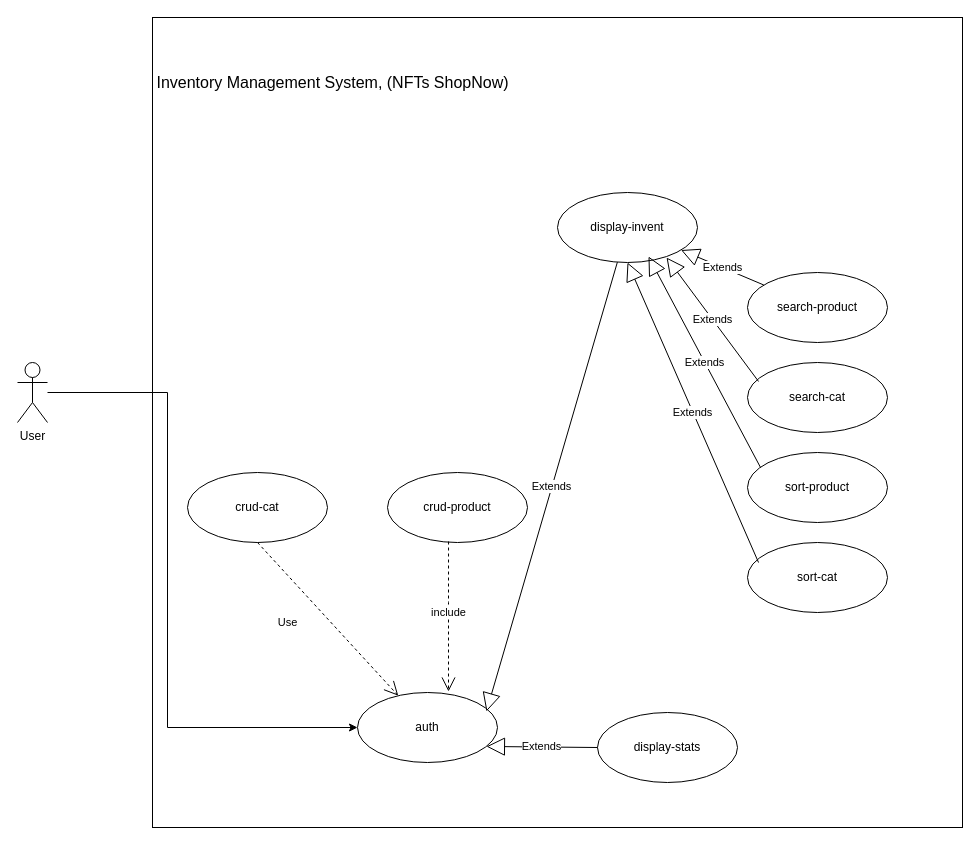
The draw.io diagram usecasediagram.drawio in YouCodeSchool/ShopNow, before the edit. Source tidied: cells renumbered, new cells numbered last; positions are measured from the earlier drawing's top-left corner, leaving out a move shared by most shapes. Both pictures are drawn from the tidied source at 100%, with x=0, y=0 at pixel (17, 17).
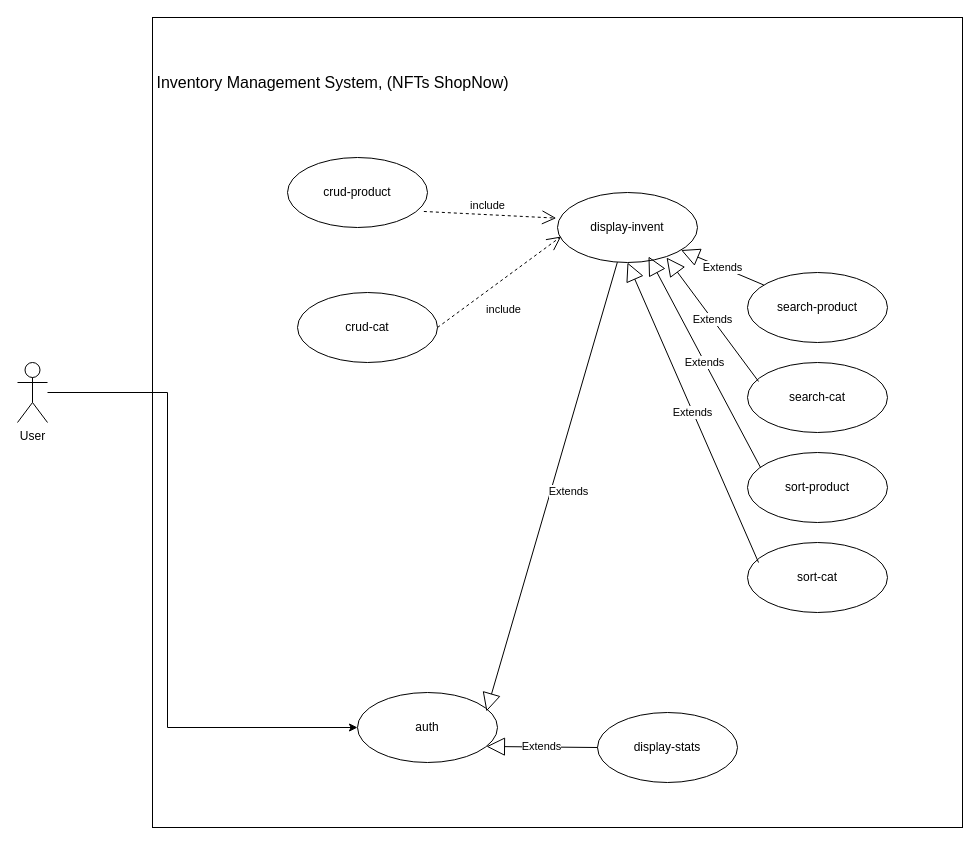
Above is the later version.

Unchanged cells that the change refers to:
```xml
<mxCell id="7" value="auth" style="ellipse;whiteSpace=wrap;html=1;" parent="1" vertex="1">
  <mxGeometry x="340" y="675" width="140" height="70" as="geometry" />
</mxCell>
<mxCell id="13" value="display-invent" style="ellipse;whiteSpace=wrap;html=1;" parent="1" vertex="1">
  <mxGeometry x="540" y="175" width="140" height="70" as="geometry" />
</mxCell>
```

Change to the diagram source:
```diff
@@
     <mxCell id="6" value="crud-product" style="ellipse;whiteSpace=wrap;html=1;" parent="1" vertex="1">
-      <mxGeometry x="370" y="455" width="140" height="70" as="geometry" />
+      <mxGeometry x="270" y="140" width="140" height="70" as="geometry" />
     </mxCell>
@@
     <mxCell id="10" value="crud-cat" style="ellipse;whiteSpace=wrap;html=1;" parent="1" vertex="1">
-      <mxGeometry x="170" y="455" width="140" height="70" as="geometry" />
+      <mxGeometry x="280" y="275" width="140" height="70" as="geometry" />
     </mxCell>
@@
-    <mxCell id="18" value="include" style="endArrow=open;endSize=12;dashed=1;html=1;rounded=0;exitX=0.436;exitY=0.986;exitDx=0;exitDy=0;exitPerimeter=0;entryX=0.65;entryY=-0.014;entryDx=0;entryDy=0;entryPerimeter=0;" parent="1" edge="1" source="6" target="7">
-      <mxGeometry x="-0.05" relative="1" as="geometry">
-        <Array as="points">
-          <mxPoint x="431" y="585" />
-        </Array>
-      </mxGeometry>
+    <mxCell id="18" value="include" style="endArrow=open;endSize=12;dashed=1;html=1;rounded=0;exitX=0.974;exitY=0.771;exitDx=0;exitDy=0;exitPerimeter=0;entryX=-0.009;entryY=0.366;entryDx=0;entryDy=0;entryPerimeter=0;" parent="1" edge="1" source="6" target="13">
+      <mxGeometry x="-0.05" y="9" relative="1" as="geometry" />
     </mxCell>
-    <mxCell id="19" value="Use" style="endArrow=open;endSize=12;dashed=1;html=1;rounded=0;exitX=0.5;exitY=1;exitDx=0;exitDy=0;" parent="1" edge="1" source="10" target="7">
-      <mxGeometry x="-0.24" y="-32" relative="1" as="geometry" />
+    <mxCell id="19" value="include" style="endArrow=open;endSize=12;dashed=1;html=1;rounded=0;exitX=1;exitY=0.5;exitDx=0;exitDy=0;entryX=0.026;entryY=0.629;entryDx=0;entryDy=0;entryPerimeter=0;" parent="1" edge="1" source="10" target="13">
+      <mxGeometry x="-0.17" y="-25" relative="1" as="geometry" />
     </mxCell>
     <mxCell id="20" value="Extends" style="endArrow=block;endSize=16;endFill=0;html=1;rounded=0;entryX=0.921;entryY=0.271;entryDx=0;entryDy=0;entryPerimeter=0;" parent="1" edge="1" source="13" target="7">
-      <mxGeometry relative="1" as="geometry" />
+      <mxGeometry y="17" relative="1" as="geometry" />
     </mxCell>
```
